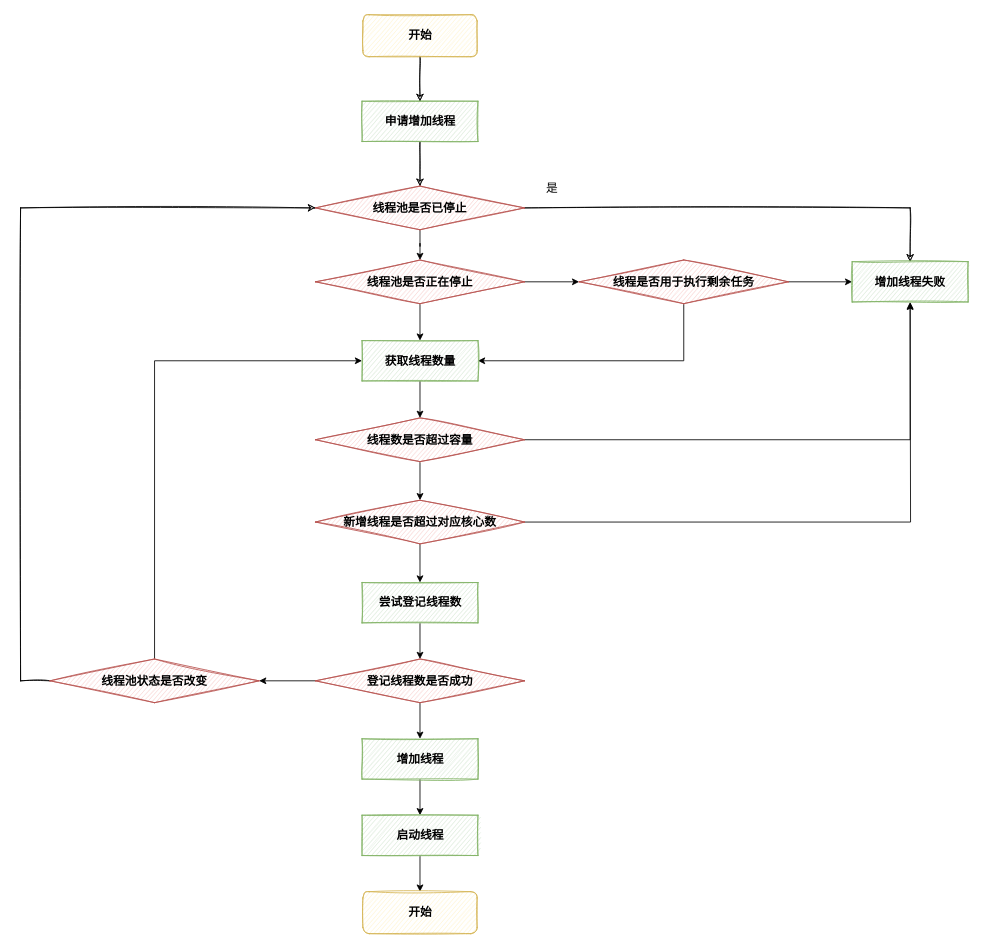
Earlier version of the draw.io diagram Worker线程增加.drawio (LIULE8/drawio-store). Source tidied: cells renumbered, new cells numbered last; positions are measured from the earlier drawing's top-left corner, leaving out a move shared by most shapes. Both pictures are drawn from the tidied source at 84%, with x=0, y=0 at pixel (20, 14).
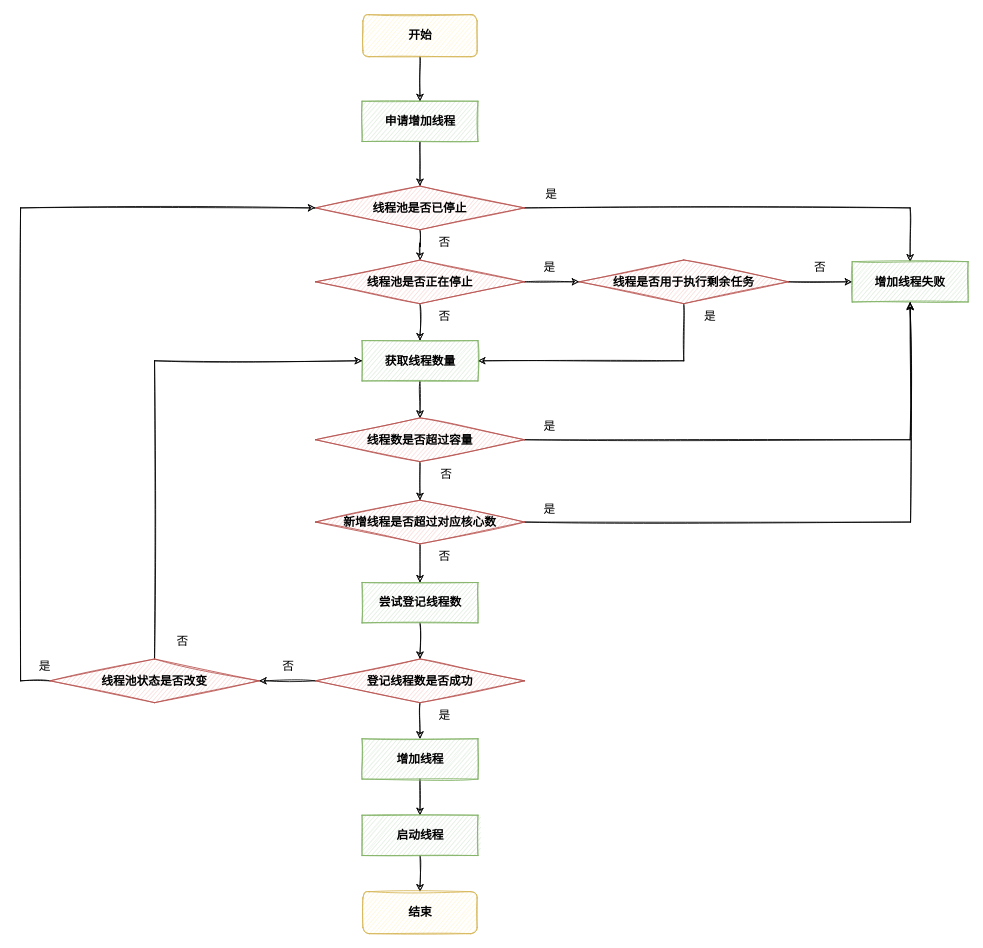
The same diagram, later.

Commit message (it also covers changes not shown here):
更新Worker线程增加.drawio

The change refers to these unchanged cells:
```xml
<mxCell id="8" value="&lt;b&gt;线程池是否已停止&lt;/b&gt;" style="rhombus;whiteSpace=wrap;html=1;sketch=1;fontSize=14;fillColor=#f8cecc;strokeColor=#b85450;" parent="1" vertex="1">
  <mxGeometry x="351" y="204" width="249" height="52" as="geometry" />
</mxCell>
<mxCell id="11" value="&lt;b&gt;线程池是否正在停止&lt;/b&gt;" style="rhombus;whiteSpace=wrap;html=1;sketch=1;fontSize=14;fillColor=#f8cecc;strokeColor=#b85450;" parent="1" vertex="1">
  <mxGeometry x="351" y="292" width="249" height="52" as="geometry" />
</mxCell>
<mxCell id="14" value="&lt;b&gt;线程是否用于执行剩余任务&lt;/b&gt;" style="rhombus;whiteSpace=wrap;html=1;sketch=1;fontSize=14;fillColor=#f8cecc;strokeColor=#b85450;" parent="1" vertex="1">
  <mxGeometry x="665" y="292" width="249" height="52" as="geometry" />
</mxCell>
<mxCell id="15" value="&lt;b&gt;增加线程失败&lt;/b&gt;" style="rounded=0;whiteSpace=wrap;html=1;fontSize=14;fillColor=#d5e8d4;strokeColor=#82b366;sketch=1;" parent="1" vertex="1">
  <mxGeometry x="990" y="294" width="138" height="48" as="geometry" />
</mxCell>
<mxCell id="17" value="&lt;b&gt;获取线程数量&lt;/b&gt;" style="rounded=0;whiteSpace=wrap;html=1;fontSize=14;fillColor=#d5e8d4;strokeColor=#82b366;sketch=1;" parent="1" vertex="1">
  <mxGeometry x="406.5" y="388" width="138" height="48" as="geometry" />
</mxCell>
<mxCell id="20" value="&lt;b&gt;线程数是否超过容量&lt;/b&gt;" style="rhombus;whiteSpace=wrap;html=1;sketch=1;fontSize=14;fillColor=#f8cecc;strokeColor=#b85450;" parent="1" vertex="1">
  <mxGeometry x="351" y="480" width="249" height="52" as="geometry" />
</mxCell>
<mxCell id="23" value="&lt;b&gt;新增线程是否超过对应核心数&lt;/b&gt;" style="rhombus;whiteSpace=wrap;html=1;sketch=1;fontSize=14;fillColor=#f8cecc;strokeColor=#b85450;" parent="1" vertex="1">
  <mxGeometry x="351" y="578" width="249" height="52" as="geometry" />
</mxCell>
<mxCell id="25" value="&lt;b&gt;尝试登记线程数&lt;/b&gt;" style="rounded=0;whiteSpace=wrap;html=1;fontSize=14;fillColor=#d5e8d4;strokeColor=#82b366;sketch=1;" parent="1" vertex="1">
  <mxGeometry x="406.5" y="676" width="138" height="48" as="geometry" />
</mxCell>
<mxCell id="28" value="&lt;b&gt;登记线程数是否成功&lt;/b&gt;" style="rhombus;whiteSpace=wrap;html=1;sketch=1;fontSize=14;fillColor=#f8cecc;strokeColor=#b85450;" parent="1" vertex="1">
  <mxGeometry x="351" y="767" width="249" height="52" as="geometry" />
</mxCell>
<mxCell id="31" value="&lt;b&gt;线程池状态是否改变&lt;/b&gt;" style="rhombus;whiteSpace=wrap;html=1;sketch=1;fontSize=14;fillColor=#f8cecc;strokeColor=#b85450;" parent="1" vertex="1">
  <mxGeometry x="35" y="767" width="249" height="52" as="geometry" />
</mxCell>
<mxCell id="33" value="&lt;b&gt;增加线程&lt;/b&gt;" style="rounded=0;whiteSpace=wrap;html=1;fontSize=14;fillColor=#d5e8d4;strokeColor=#82b366;sketch=1;" parent="1" vertex="1">
  <mxGeometry x="406.5" y="862" width="138" height="48" as="geometry" />
</mxCell>
<mxCell id="35" value="&lt;b&gt;启动线程&lt;/b&gt;" style="rounded=0;whiteSpace=wrap;html=1;fontSize=14;fillColor=#d5e8d4;strokeColor=#82b366;sketch=1;" parent="1" vertex="1">
  <mxGeometry x="406.5" y="953" width="138" height="48" as="geometry" />
</mxCell>
```

The edit, as a diff of the source:
```diff
@@
-    <mxCell id="6" style="edgeStyle=orthogonalEdgeStyle;rounded=0;jettySize=auto;html=1;" parent="1" edge="1" source="8" target="11">
+    <mxCell id="6" style="edgeStyle=orthogonalEdgeStyle;rounded=0;jettySize=auto;html=1;sketch=1;" parent="1" edge="1" source="8" target="11">
       <mxGeometry relative="1" as="geometry" />
     </mxCell>
@@
-    <mxCell id="9" style="edgeStyle=orthogonalEdgeStyle;rounded=0;jettySize=auto;html=1;" parent="1" edge="1" source="11" target="17">
+    <mxCell id="9" style="edgeStyle=orthogonalEdgeStyle;rounded=0;jettySize=auto;html=1;sketch=1;" parent="1" edge="1" source="11" target="17">
       <mxGeometry relative="1" as="geometry" />
     </mxCell>
-    <mxCell id="10" style="edgeStyle=orthogonalEdgeStyle;rounded=0;jettySize=auto;html=1;" parent="1" edge="1" source="11" target="14">
+    <mxCell id="10" style="edgeStyle=orthogonalEdgeStyle;rounded=0;jettySize=auto;html=1;sketch=1;" parent="1" edge="1" source="11" target="14">
       <mxGeometry relative="1" as="geometry" />
     </mxCell>
@@
-    <mxCell id="12" style="edgeStyle=orthogonalEdgeStyle;rounded=0;jettySize=auto;html=1;" parent="1" edge="1" source="14" target="15">
+    <mxCell id="12" style="edgeStyle=orthogonalEdgeStyle;rounded=0;jettySize=auto;html=1;sketch=1;" parent="1" edge="1" source="14" target="15">
       <mxGeometry relative="1" as="geometry" />
     </mxCell>
-    <mxCell id="13" style="edgeStyle=orthogonalEdgeStyle;rounded=0;jettySize=auto;html=1;entryX=1;entryY=0.5;entryDx=0;entryDy=0;" parent="1" edge="1" source="14" target="17">
+    <mxCell id="13" style="edgeStyle=orthogonalEdgeStyle;rounded=0;jettySize=auto;html=1;entryX=1;entryY=0.5;entryDx=0;entryDy=0;sketch=1;" parent="1" edge="1" source="14" target="17">
       <mxGeometry relative="1" as="geometry">
         <Array as="points">
           <mxPoint x="790" y="412" />
         </Array>
       </mxGeometry>
     </mxCell>
@@
-    <mxCell id="16" style="edgeStyle=orthogonalEdgeStyle;rounded=0;jettySize=auto;html=1;" parent="1" edge="1" source="17" target="20">
+    <mxCell id="16" style="edgeStyle=orthogonalEdgeStyle;rounded=0;jettySize=auto;html=1;sketch=1;" parent="1" edge="1" source="17" target="20">
       <mxGeometry relative="1" as="geometry" />
     </mxCell>
@@
-    <mxCell id="18" style="edgeStyle=orthogonalEdgeStyle;rounded=0;jettySize=auto;html=1;" parent="1" edge="1" source="20" target="23">
+    <mxCell id="18" style="edgeStyle=orthogonalEdgeStyle;rounded=0;jettySize=auto;html=1;sketch=1;" parent="1" edge="1" source="20" target="23">
       <mxGeometry relative="1" as="geometry" />
     </mxCell>
-    <mxCell id="19" style="edgeStyle=orthogonalEdgeStyle;rounded=0;jettySize=auto;html=1;entryX=0.5;entryY=1;entryDx=0;entryDy=0;" parent="1" edge="1" source="20" target="15">
+    <mxCell id="19" style="edgeStyle=orthogonalEdgeStyle;rounded=0;jettySize=auto;html=1;entryX=0.5;entryY=1;entryDx=0;entryDy=0;sketch=1;" parent="1" edge="1" source="20" target="15">
       <mxGeometry relative="1" as="geometry" />
     </mxCell>
@@
-    <mxCell id="21" style="edgeStyle=orthogonalEdgeStyle;rounded=0;jettySize=auto;html=1;" parent="1" edge="1" source="23" target="25">
+    <mxCell id="21" style="edgeStyle=orthogonalEdgeStyle;rounded=0;jettySize=auto;html=1;sketch=1;" parent="1" edge="1" source="23" target="25">
       <mxGeometry relative="1" as="geometry" />
     </mxCell>
-    <mxCell id="22" style="edgeStyle=orthogonalEdgeStyle;rounded=0;jettySize=auto;html=1;" parent="1" edge="1" source="23">
+    <mxCell id="22" style="edgeStyle=orthogonalEdgeStyle;rounded=0;jettySize=auto;html=1;sketch=1;" parent="1" edge="1" source="23">
       <mxGeometry relative="1" as="geometry">
         <mxPoint x="1059" y="343" as="targetPoint" />
       </mxGeometry>
     </mxCell>
@@
-    <mxCell id="24" style="edgeStyle=orthogonalEdgeStyle;rounded=0;jettySize=auto;html=1;" parent="1" edge="1" source="25" target="28">
+    <mxCell id="24" style="edgeStyle=orthogonalEdgeStyle;rounded=0;jettySize=auto;html=1;sketch=1;" parent="1" edge="1" source="25" target="28">
       <mxGeometry relative="1" as="geometry" />
     </mxCell>
@@
-    <mxCell id="26" style="edgeStyle=orthogonalEdgeStyle;rounded=0;jettySize=auto;html=1;" parent="1" edge="1" source="28" target="33">
+    <mxCell id="26" style="edgeStyle=orthogonalEdgeStyle;rounded=0;jettySize=auto;html=1;sketch=1;" parent="1" edge="1" source="28" target="33">
       <mxGeometry relative="1" as="geometry" />
     </mxCell>
-    <mxCell id="27" style="edgeStyle=orthogonalEdgeStyle;rounded=0;jettySize=auto;html=1;" parent="1" edge="1" source="28" target="31">
+    <mxCell id="27" style="edgeStyle=orthogonalEdgeStyle;rounded=0;jettySize=auto;html=1;sketch=1;" parent="1" edge="1" source="28" target="31">
       <mxGeometry relative="1" as="geometry" />
     </mxCell>
@@
-    <mxCell id="29" style="edgeStyle=orthogonalEdgeStyle;rounded=0;jettySize=auto;html=1;entryX=0;entryY=0.5;entryDx=0;entryDy=0;" parent="1" edge="1" source="31" target="17">
+    <mxCell id="29" style="edgeStyle=orthogonalEdgeStyle;rounded=0;jettySize=auto;html=1;entryX=0;entryY=0.5;entryDx=0;entryDy=0;sketch=1;" parent="1" edge="1" source="31" target="17">
       <mxGeometry relative="1" as="geometry">
         <Array as="points">
           <mxPoint x="160" y="412" />
         </Array>
       </mxGeometry>
     </mxCell>
@@
-    <mxCell id="32" style="edgeStyle=orthogonalEdgeStyle;rounded=0;jettySize=auto;html=1;" parent="1" edge="1" source="33" target="35">
+    <mxCell id="32" style="edgeStyle=orthogonalEdgeStyle;rounded=0;jettySize=auto;html=1;sketch=1;" parent="1" edge="1" source="33" target="35">
       <mxGeometry relative="1" as="geometry" />
     </mxCell>
@@
-    <mxCell id="34" style="edgeStyle=orthogonalEdgeStyle;rounded=0;jettySize=auto;html=1;" parent="1" edge="1" source="35" target="36">
+    <mxCell id="34" style="edgeStyle=orthogonalEdgeStyle;rounded=0;jettySize=auto;html=1;sketch=1;" parent="1" edge="1" source="35" target="36">
       <mxGeometry relative="1" as="geometry" />
     </mxCell>
@@
-    <mxCell id="36" value="&lt;font style=&quot;font-size: 14px&quot;&gt;&lt;b&gt;开始&lt;/b&gt;&lt;/font&gt;" style="rounded=1;whiteSpace=wrap;html=1;fillColor=#fff2cc;strokeColor=#d6b656;sketch=1;" parent="1" vertex="1">
+    <mxCell id="36" value="&lt;span style=&quot;font-size: 14px&quot;&gt;&lt;b&gt;结束&lt;/b&gt;&lt;/span&gt;" style="rounded=1;whiteSpace=wrap;html=1;fillColor=#fff2cc;strokeColor=#d6b656;sketch=1;" parent="1" vertex="1">
       <mxGeometry x="407.5" y="1044" width="136" height="50" as="geometry" />
     </mxCell>
     <mxCell id="37" value="是" style="text;html=1;strokeColor=none;fillColor=none;align=center;verticalAlign=middle;whiteSpace=wrap;rounded=0;sketch=1;fontSize=14;" parent="1" vertex="1">
-      <mxGeometry x="603" y="192" width="60" height="30" as="geometry" />
+      <mxGeometry x="602" y="199" width="60" height="30" as="geometry" />
     </mxCell>
+    <mxCell id="38" value="是" style="text;html=1;strokeColor=none;fillColor=none;align=center;verticalAlign=middle;whiteSpace=wrap;rounded=0;sketch=1;fontSize=14;" parent="1" vertex="1">
+      <mxGeometry x="600" y="286" width="60" height="30" as="geometry" />
+    </mxCell>
+    <mxCell id="39" value="否" style="text;html=1;strokeColor=none;fillColor=none;align=center;verticalAlign=middle;whiteSpace=wrap;rounded=0;sketch=1;fontSize=14;" parent="1" vertex="1">
+      <mxGeometry x="475" y="344" width="60" height="30" as="geometry" />
+    </mxCell>
+    <mxCell id="40" value="否" style="text;html=1;strokeColor=none;fillColor=none;align=center;verticalAlign=middle;whiteSpace=wrap;rounded=0;sketch=1;fontSize=14;" parent="1" vertex="1">
+      <mxGeometry x="475" y="256" width="60" height="30" as="geometry" />
+    </mxCell>
+    <mxCell id="41" value="否" style="text;html=1;strokeColor=none;fillColor=none;align=center;verticalAlign=middle;whiteSpace=wrap;rounded=0;sketch=1;fontSize=14;" parent="1" vertex="1">
+      <mxGeometry x="922" y="286" width="60" height="30" as="geometry" />
+    </mxCell>
+    <mxCell id="42" value="是" style="text;html=1;strokeColor=none;fillColor=none;align=center;verticalAlign=middle;whiteSpace=wrap;rounded=0;sketch=1;fontSize=14;" parent="1" vertex="1">
+      <mxGeometry x="791" y="344" width="60" height="30" as="geometry" />
+    </mxCell>
+    <mxCell id="43" value="是" style="text;html=1;strokeColor=none;fillColor=none;align=center;verticalAlign=middle;whiteSpace=wrap;rounded=0;sketch=1;fontSize=14;" parent="1" vertex="1">
+      <mxGeometry x="600" y="475" width="60" height="30" as="geometry" />
+    </mxCell>
+    <mxCell id="44" value="是" style="text;html=1;strokeColor=none;fillColor=none;align=center;verticalAlign=middle;whiteSpace=wrap;rounded=0;sketch=1;fontSize=14;" parent="1" vertex="1">
+      <mxGeometry x="600" y="574" width="60" height="30" as="geometry" />
+    </mxCell>
+    <mxCell id="45" value="否" style="text;html=1;strokeColor=none;fillColor=none;align=center;verticalAlign=middle;whiteSpace=wrap;rounded=0;sketch=1;fontSize=14;" parent="1" vertex="1">
+      <mxGeometry x="477" y="532" width="60" height="30" as="geometry" />
+    </mxCell>
+    <mxCell id="46" value="否" style="text;html=1;strokeColor=none;fillColor=none;align=center;verticalAlign=middle;whiteSpace=wrap;rounded=0;sketch=1;fontSize=14;" parent="1" vertex="1">
+      <mxGeometry x="475" y="630" width="60" height="30" as="geometry" />
+    </mxCell>
+    <mxCell id="47" value="是" style="text;html=1;strokeColor=none;fillColor=none;align=center;verticalAlign=middle;whiteSpace=wrap;rounded=0;sketch=1;fontSize=14;" parent="1" vertex="1">
+      <mxGeometry x="-1" y="761" width="60" height="30" as="geometry" />
+    </mxCell>
+    <mxCell id="48" value="是" style="text;html=1;strokeColor=none;fillColor=none;align=center;verticalAlign=middle;whiteSpace=wrap;rounded=0;sketch=1;fontSize=14;" parent="1" vertex="1">
+      <mxGeometry x="475" y="819" width="60" height="30" as="geometry" />
+    </mxCell>
+    <mxCell id="49" value="否" style="text;html=1;strokeColor=none;fillColor=none;align=center;verticalAlign=middle;whiteSpace=wrap;rounded=0;sketch=1;fontSize=14;" parent="1" vertex="1">
+      <mxGeometry x="289" y="761" width="60" height="30" as="geometry" />
+    </mxCell>
+    <mxCell id="50" value="否" style="text;html=1;strokeColor=none;fillColor=none;align=center;verticalAlign=middle;whiteSpace=wrap;rounded=0;sketch=1;fontSize=14;" parent="1" vertex="1">
+      <mxGeometry x="163" y="731" width="60" height="30" as="geometry" />
+    </mxCell>
```
